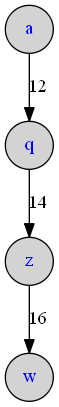
matheus-leao/teoriaDosGrafos keeps this Graphviz diagram as file.png. Above is the earlier version. Its source is kept beside it as file.dot.
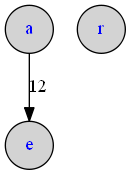
The same file after the commit.

Diff of the diagram source:
```diff
@@ -1,10 +1,7 @@
 digraph G {
 node[margin=0 fontcolor=blue  width=0.5 shape=circle style=filled];
 a;
-q;
-z;
-w;
-a->q[label=12];
-q->z[label=14];
-z->w[label=16];
+e;
+r;
+a->e[label=12];
 }
```
